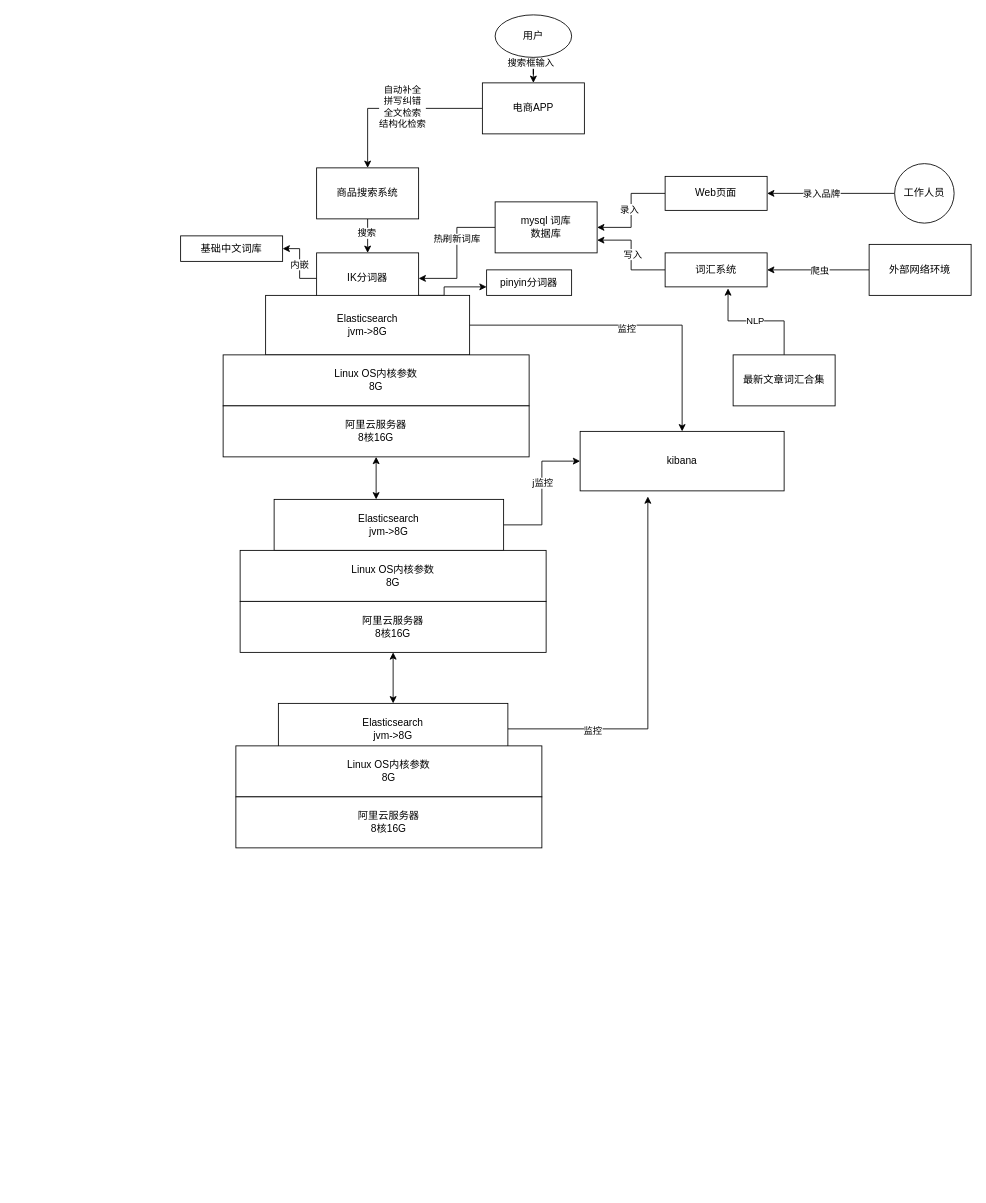
Before: 未命名绘图.drawio in freetosky/drawio, a draw.io diagram. Source tidied: cells renumbered, new cells numbered last; positions are measured from the earlier drawing's top-left corner, leaving out a move shared by most shapes. Both pictures are drawn from the tidied source at 85%, with x=0, y=0 at pixel (180, 14).
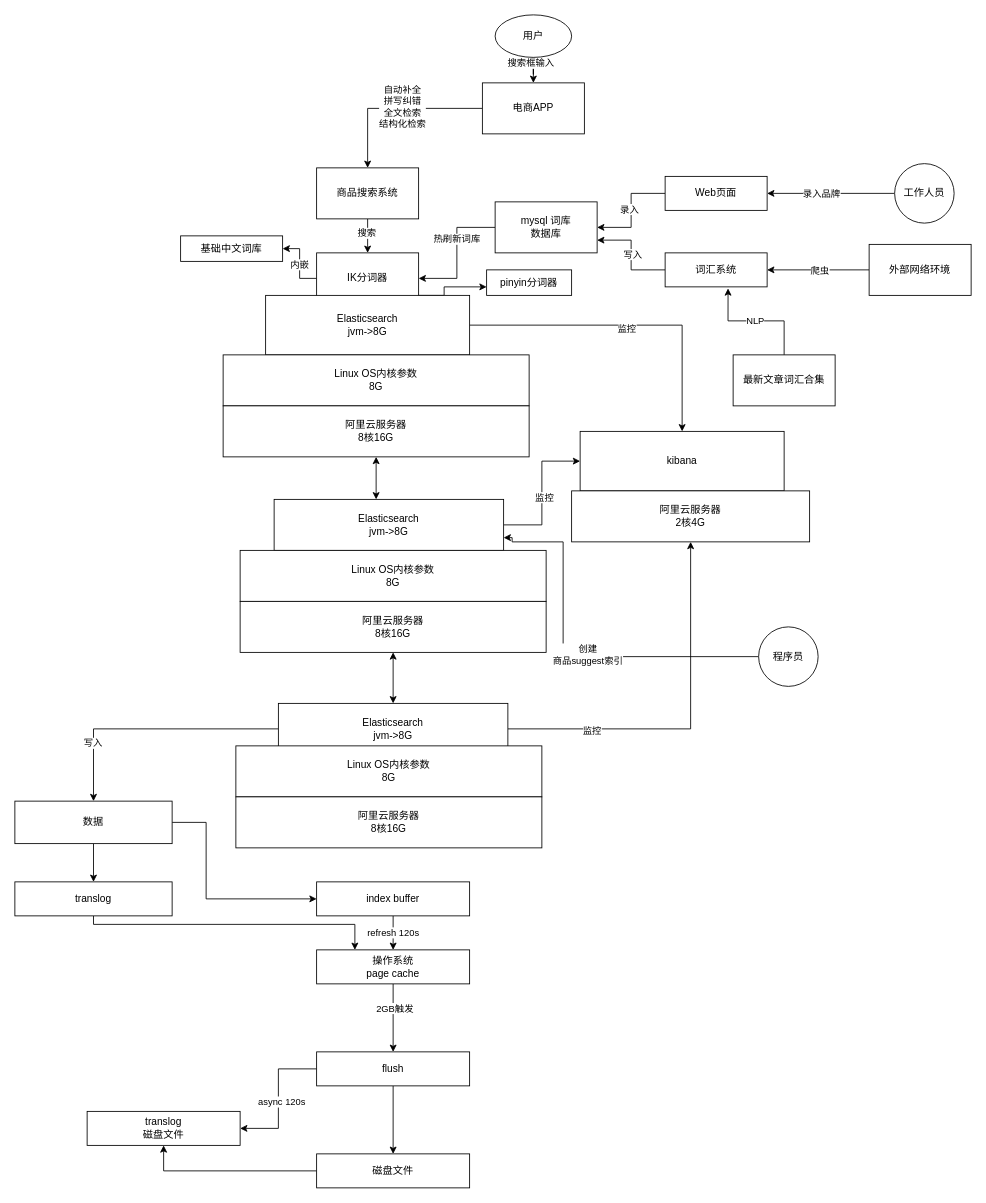
After the change.

Commit message:
更新未命名绘图.drawio

The change refers to these unchanged cells:
```xml
<mxCell id="43" value="kibana" style="rounded=0;whiteSpace=wrap;html=1;" parent="1" vertex="1">
  <mxGeometry x="470" y="490" width="240" height="70" as="geometry" />
</mxCell>
<mxCell id="44" style="edgeStyle=orthogonalEdgeStyle;rounded=0;jettySize=auto;html=1;entryX=0;entryY=0.5;entryDx=0;entryDy=0;" parent="1" edge="1" source="46" target="43">
  <mxGeometry relative="1" as="geometry" />
</mxCell>
<mxCell id="46" value="Elasticsearch&lt;br&gt;jvm-&amp;gt;8G" style="whiteSpace=wrap;html=1;rounded=0;" parent="1" vertex="1">
  <mxGeometry x="110" y="570" width="270" height="60" as="geometry" />
</mxCell>
<mxCell id="52" value="Elasticsearch&lt;br&gt;jvm-&amp;gt;8G" style="whiteSpace=wrap;html=1;rounded=0;" parent="1" vertex="1">
  <mxGeometry x="115" y="810" width="270" height="60" as="geometry" />
</mxCell>
```

Change to the diagram source:
```diff
@@
-    <mxCell id="45" value="j监控" style="edgeLabel;html=1;align=center;verticalAlign=middle;" parent="44" vertex="1">
-      <mxGeometry x="0.15" relative="1" as="geometry" />
-    </mxCell>
+    <mxCell id="55" value="监控" style="edgeLabel;html=1;align=center;verticalAlign=middle;" parent="44" vertex="1">
+      <mxGeometry x="-0.05" y="-2" relative="1" as="geometry" />
+    </mxCell>
@@
-    <mxCell id="50" style="edgeStyle=orthogonalEdgeStyle;rounded=0;jettySize=auto;html=1;entryX=0.332;entryY=1.094;entryDx=0;entryDy=0;entryPerimeter=0;" parent="1" edge="1" source="52" target="43">
+    <mxCell id="50" style="edgeStyle=orthogonalEdgeStyle;rounded=0;jettySize=auto;html=1;" parent="1" edge="1" source="52" target="58">
       <mxGeometry relative="1" as="geometry" />
     </mxCell>
@@
+    <mxCell id="56" style="edgeStyle=orthogonalEdgeStyle;rounded=0;jettySize=auto;html=1;" parent="1" edge="1" source="52" target="77">
+      <mxGeometry relative="1" as="geometry" />
+    </mxCell>
+    <mxCell id="57" value="写入" style="edgeLabel;html=1;align=center;verticalAlign=middle;" parent="56" vertex="1">
+      <mxGeometry x="0.55" y="-1" relative="1" as="geometry" />
+    </mxCell>
@@
+    <mxCell id="58" value="阿里云服务器&lt;br&gt;2核4G" style="rounded=0;whiteSpace=wrap;html=1;" parent="1" vertex="1">
+      <mxGeometry x="460" y="560" width="280" height="60" as="geometry" />
+    </mxCell>
+    <mxCell id="59" style="edgeStyle=orthogonalEdgeStyle;rounded=0;jettySize=auto;html=1;entryX=1;entryY=0.75;entryDx=0;entryDy=0;" parent="1" edge="1" source="61" target="46">
+      <mxGeometry relative="1" as="geometry">
+        <Array as="points">
+          <mxPoint x="450" y="755" />
+          <mxPoint x="450" y="620" />
+          <mxPoint x="390" y="620" />
+          <mxPoint x="390" y="615" />
+        </Array>
+      </mxGeometry>
+    </mxCell>
+    <mxCell id="60" value="创建&lt;br&gt;商品suggest索引" style="edgeLabel;html=1;align=center;verticalAlign=middle;" parent="59" vertex="1">
+      <mxGeometry x="-0.08" y="-3" relative="1" as="geometry" />
+    </mxCell>
+    <mxCell id="61" value="程序员" style="ellipse;whiteSpace=wrap;html=1;" parent="1" vertex="1">
+      <mxGeometry x="680" y="720" width="70" height="70" as="geometry" />
+    </mxCell>
+    <mxCell id="62" style="edgeStyle=orthogonalEdgeStyle;rounded=0;jettySize=auto;html=1;" parent="1" edge="1" source="64" target="67">
+      <mxGeometry relative="1" as="geometry" />
+    </mxCell>
+    <mxCell id="63" value="refresh 120s" style="edgeLabel;html=1;align=center;verticalAlign=middle;" parent="62" vertex="1">
+      <mxGeometry x="-0.03" y="-1" relative="1" as="geometry" />
+    </mxCell>
+    <mxCell id="64" value="index buffer" style="rounded=0;whiteSpace=wrap;html=1;" parent="1" vertex="1">
+      <mxGeometry x="160" y="1020" width="180" height="40" as="geometry" />
+    </mxCell>
+    <mxCell id="65" style="edgeStyle=orthogonalEdgeStyle;rounded=0;jettySize=auto;html=1;" parent="1" edge="1" source="67" target="71">
+      <mxGeometry relative="1" as="geometry" />
+    </mxCell>
+    <mxCell id="66" value="2GB触发" style="edgeLabel;html=1;align=center;verticalAlign=middle;" parent="65" vertex="1">
+      <mxGeometry x="-0.29" y="1" relative="1" as="geometry" />
+    </mxCell>
+    <mxCell id="67" value="操作系统&lt;br&gt;page cache" style="rounded=0;whiteSpace=wrap;html=1;" parent="1" vertex="1">
+      <mxGeometry x="160" y="1100" width="180" height="40" as="geometry" />
+    </mxCell>
+    <mxCell id="68" style="edgeStyle=orthogonalEdgeStyle;rounded=0;jettySize=auto;html=1;" parent="1" edge="1" source="71" target="73">
+      <mxGeometry relative="1" as="geometry" />
+    </mxCell>
+    <mxCell id="69" style="edgeStyle=orthogonalEdgeStyle;rounded=0;jettySize=auto;html=1;entryX=1;entryY=0.5;entryDx=0;entryDy=0;" parent="1" edge="1" source="71" target="74">
+      <mxGeometry relative="1" as="geometry" />
+    </mxCell>
+    <mxCell id="70" value="async 120s" style="edgeLabel;html=1;align=center;verticalAlign=middle;" parent="69" vertex="1">
+      <mxGeometry x="0.04" y="3" relative="1" as="geometry" />
+    </mxCell>
+    <mxCell id="71" value="flush" style="rounded=0;whiteSpace=wrap;html=1;" parent="1" vertex="1">
+      <mxGeometry x="160" y="1220" width="180" height="40" as="geometry" />
+    </mxCell>
+    <mxCell id="72" style="edgeStyle=orthogonalEdgeStyle;rounded=0;jettySize=auto;html=1;" parent="1" edge="1" source="73" target="74">
+      <mxGeometry relative="1" as="geometry" />
+    </mxCell>
+    <mxCell id="73" value="磁盘文件" style="rounded=0;whiteSpace=wrap;html=1;" parent="1" vertex="1">
+      <mxGeometry x="160" y="1340" width="180" height="40" as="geometry" />
+    </mxCell>
+    <mxCell id="74" value="translog&lt;br&gt;磁盘文件" style="rounded=0;whiteSpace=wrap;html=1;" parent="1" vertex="1">
+      <mxGeometry x="-110" y="1290" width="180" height="40" as="geometry" />
+    </mxCell>
+    <mxCell id="75" style="edgeStyle=orthogonalEdgeStyle;rounded=0;jettySize=auto;html=1;entryX=0;entryY=0.5;entryDx=0;entryDy=0;" parent="1" edge="1" source="77" target="64">
+      <mxGeometry relative="1" as="geometry">
+        <Array as="points">
+          <mxPoint x="30" y="950" />
+          <mxPoint x="30" y="1040" />
+        </Array>
+      </mxGeometry>
+    </mxCell>
+    <mxCell id="76" style="edgeStyle=orthogonalEdgeStyle;rounded=0;jettySize=auto;html=1;" parent="1" edge="1" source="77" target="79">
+      <mxGeometry relative="1" as="geometry" />
+    </mxCell>
+    <mxCell id="77" value="数据" style="whiteSpace=wrap;html=1;rounded=0;" parent="1" vertex="1">
+      <mxGeometry x="-195" y="925" width="185" height="50" as="geometry" />
+    </mxCell>
+    <mxCell id="78" style="edgeStyle=orthogonalEdgeStyle;rounded=0;jettySize=auto;html=1;entryX=0.25;entryY=0;entryDx=0;entryDy=0;" parent="1" edge="1" source="79" target="67">
+      <mxGeometry relative="1" as="geometry">
+        <Array as="points">
+          <mxPoint x="-102" y="1070" />
+          <mxPoint x="205" y="1070" />
+        </Array>
+      </mxGeometry>
+    </mxCell>
+    <mxCell id="79" value="translog" style="whiteSpace=wrap;html=1;rounded=0;" parent="1" vertex="1">
+      <mxGeometry x="-195" y="1020" width="185" height="40" as="geometry" />
+    </mxCell>
```
